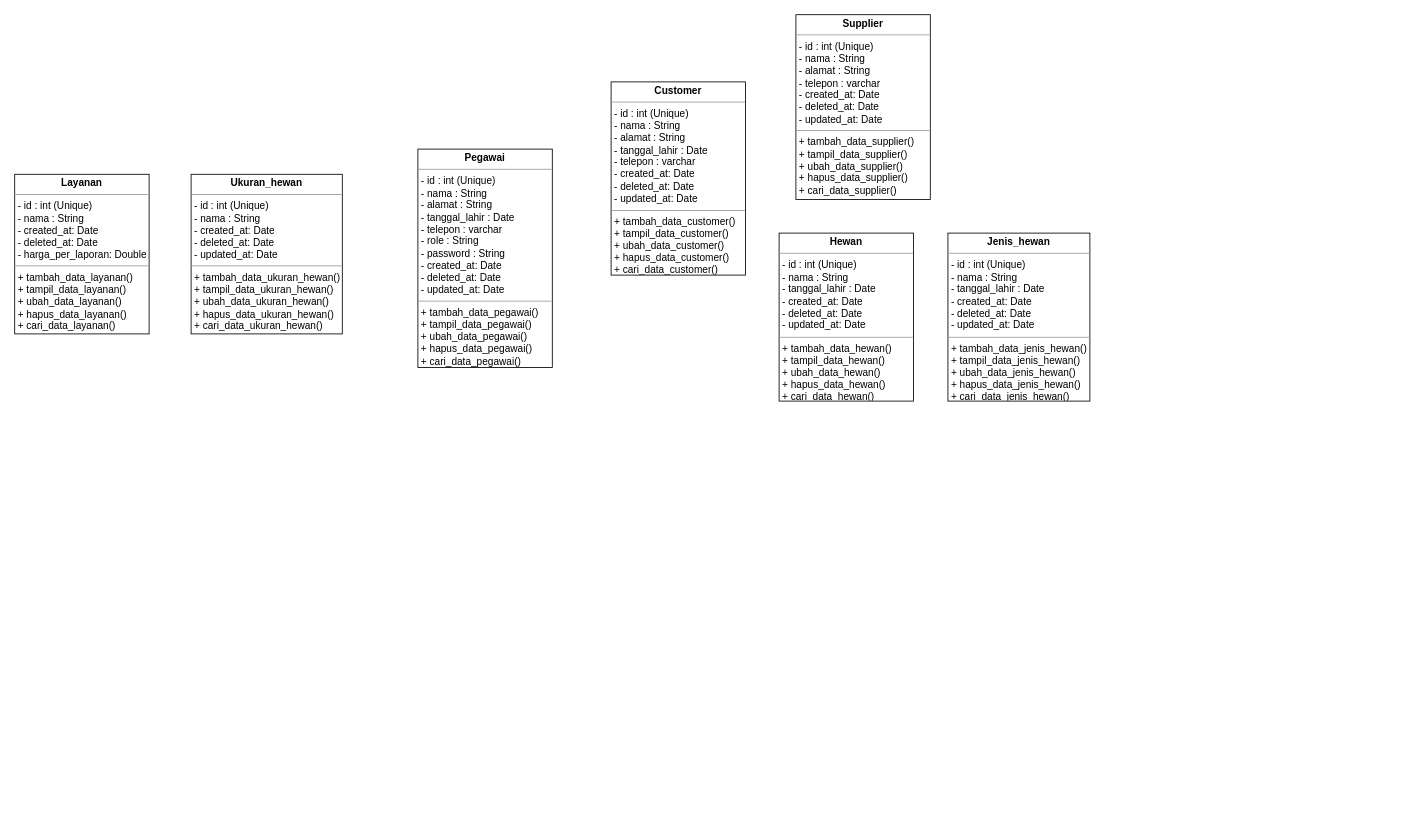
agambewe/newCP3L keeps this draw.io diagram as Untitled Diagram.drawio. Above is the earlier version. Source tidied: cells renumbered, new cells numbered last; positions are measured from the earlier drawing's top-left corner, leaving out a move shared by most shapes. Both pictures are drawn from the tidied source at 84%, with x=0, y=0 at pixel (14, 14).
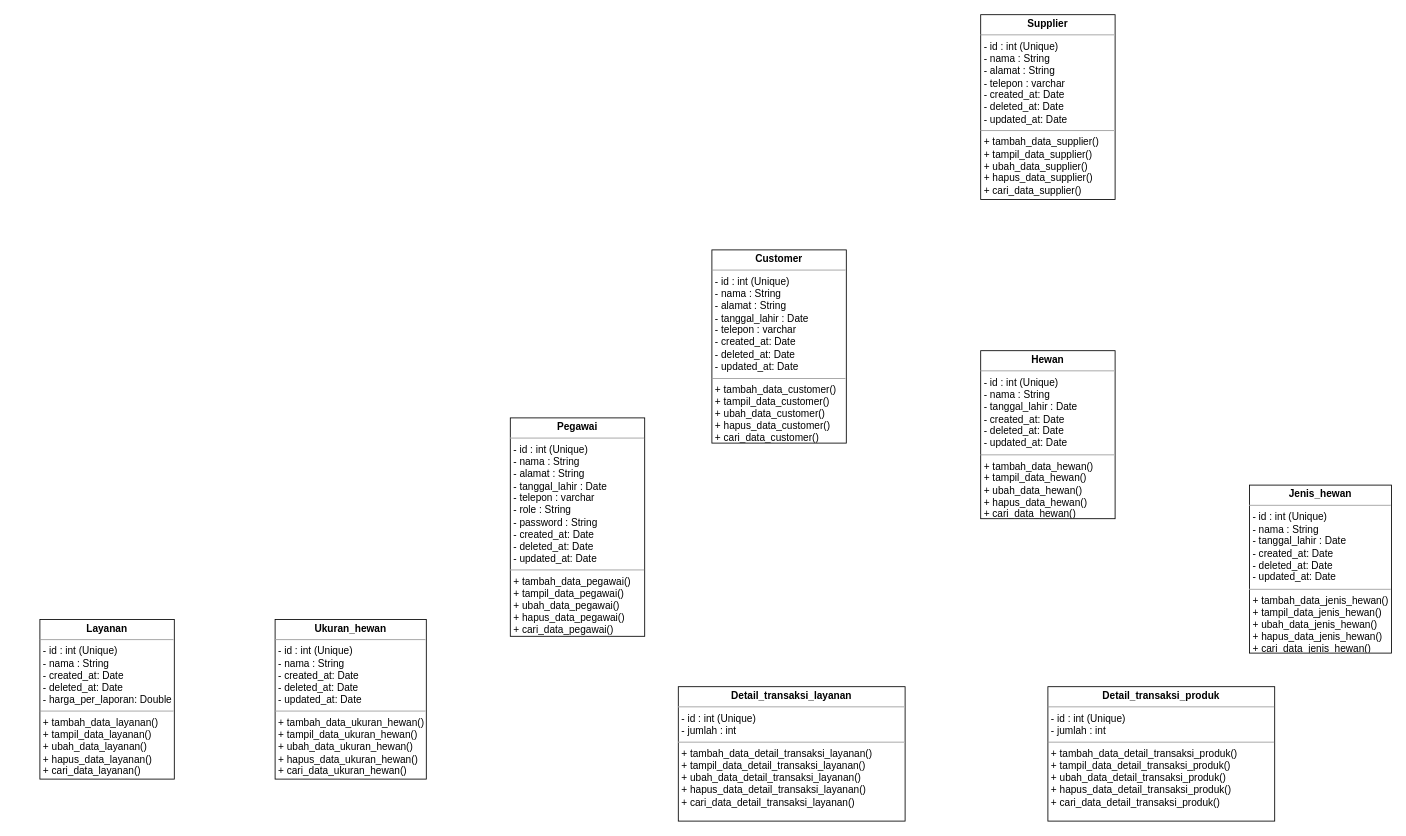
Above is the later version.

What changed in the source:
```diff
@@
 <mxGraphModel>
   <root>
     <mxCell id="0" />
     <mxCell id="1" parent="0" />
     <mxCell id="2" value="&lt;p style=&quot;margin: 0px ; margin-top: 4px ; text-align: center&quot;&gt;&lt;b&gt;Layanan&lt;/b&gt;&lt;br&gt;&lt;/p&gt;&lt;hr size=&quot;1&quot;&gt;&lt;p style=&quot;margin: 0px ; margin-left: 4px&quot;&gt;&lt;span&gt;- id : int (Unique)&lt;/span&gt;&lt;/p&gt;&lt;p style=&quot;margin: 0px ; margin-left: 4px&quot;&gt;- nama : String&lt;span&gt;&lt;br&gt;&lt;/span&gt;&lt;/p&gt;&lt;p style=&quot;margin: 0px ; margin-left: 4px&quot;&gt;- created_at: Date&lt;br&gt;&lt;/p&gt;&lt;p style=&quot;margin: 0px ; margin-left: 4px&quot;&gt;- deleted_at: Date&lt;br&gt;&lt;/p&gt;&lt;p style=&quot;margin: 0px ; margin-left: 4px&quot;&gt;- harga_per_laporan: Double&lt;br&gt;&lt;/p&gt;&lt;hr size=&quot;1&quot;&gt;&lt;p style=&quot;margin: 0px ; margin-left: 4px&quot;&gt;+ tambah_data_layanan()&lt;br style=&quot;padding: 0px ; margin: 0px&quot;&gt;+ tampil_data_layanan()&lt;br style=&quot;padding: 0px ; margin: 0px&quot;&gt;+ ubah_data_layanan()&lt;br style=&quot;padding: 0px ; margin: 0px&quot;&gt;+ hapus_data_layanan()&lt;br style=&quot;padding: 0px ; margin: 0px&quot;&gt;+ cari_data_layanan()&lt;br&gt;&lt;/p&gt;" style="verticalAlign=top;align=left;overflow=fill;fontSize=12;fontFamily=Helvetica;html=1;" parent="1" vertex="1">
-      <mxGeometry y="190" width="160" height="190" as="geometry" />
+      <mxGeometry x="30" y="720" width="160" height="190" as="geometry" />
     </mxCell>
     <mxCell id="3" value="&lt;p style=&quot;margin: 0px ; margin-top: 4px ; text-align: center&quot;&gt;&lt;b&gt;Ukuran_hewan&lt;/b&gt;&lt;/p&gt;&lt;hr size=&quot;1&quot;&gt;&lt;p style=&quot;margin: 0px ; margin-left: 4px&quot;&gt;- id : int (Unique)&amp;nbsp;&lt;br&gt;&lt;/p&gt;&lt;p style=&quot;margin: 0px ; margin-left: 4px&quot;&gt;- nama : String&lt;span&gt;&lt;br&gt;&lt;/span&gt;&lt;/p&gt;&lt;p style=&quot;margin: 0px ; margin-left: 4px&quot;&gt;- created_at: Date&lt;br&gt;&lt;/p&gt;&lt;p style=&quot;margin: 0px ; margin-left: 4px&quot;&gt;- deleted_at: Date&lt;br&gt;&lt;/p&gt;&lt;p style=&quot;margin: 0px ; margin-left: 4px&quot;&gt;- updated_at: Date&lt;/p&gt;&lt;hr size=&quot;1&quot;&gt;&lt;p style=&quot;margin: 0px ; margin-left: 4px&quot;&gt;+ tambah_data_ukuran_hewan()&lt;br style=&quot;padding: 0px ; margin: 0px&quot;&gt;+ tampil_data_ukuran_hewan()&lt;br style=&quot;padding: 0px ; margin: 0px&quot;&gt;+ ubah_data_ukuran_hewan()&lt;br style=&quot;padding: 0px ; margin: 0px&quot;&gt;+ hapus_data_ukuran_hewan()&lt;br style=&quot;padding: 0px ; margin: 0px&quot;&gt;+ cari_data_ukuran_hewan()&lt;br&gt;&lt;/p&gt;" style="verticalAlign=top;align=left;overflow=fill;fontSize=12;fontFamily=Helvetica;html=1;" parent="1" vertex="1">
-      <mxGeometry x="210" y="190" width="180" height="190" as="geometry" />
+      <mxGeometry x="310" y="720" width="180" height="190" as="geometry" />
     </mxCell>
     <mxCell id="4" value="&lt;p style=&quot;margin: 0px ; margin-top: 4px ; text-align: center&quot;&gt;&lt;b&gt;Pegawai&lt;/b&gt;&lt;/p&gt;&lt;hr size=&quot;1&quot;&gt;&lt;p style=&quot;margin: 0px ; margin-left: 4px&quot;&gt;- id : int (Unique)&lt;/p&gt;&lt;p style=&quot;margin: 0px ; margin-left: 4px&quot;&gt;- nama : String&lt;/p&gt;&lt;p style=&quot;margin: 0px ; margin-left: 4px&quot;&gt;&lt;span&gt;- alamat : String&lt;/span&gt;&lt;/p&gt;&lt;p style=&quot;margin: 0px ; margin-left: 4px&quot;&gt;&lt;span&gt;- tanggal_lahir : Date&lt;/span&gt;&lt;/p&gt;&lt;p style=&quot;margin: 0px ; margin-left: 4px&quot;&gt;&lt;span&gt;- telepon : varchar&lt;/span&gt;&lt;/p&gt;&lt;p style=&quot;margin: 0px ; margin-left: 4px&quot;&gt;&lt;span&gt;- role : String&lt;/span&gt;&lt;/p&gt;&lt;p style=&quot;margin: 0px ; margin-left: 4px&quot;&gt;&lt;span&gt;- password : String&lt;/span&gt;&lt;/p&gt;&lt;p style=&quot;margin: 0px ; margin-left: 4px&quot;&gt;&lt;span&gt;- created_at: Date&lt;/span&gt;&lt;/p&gt;&lt;p style=&quot;margin: 0px 0px 0px 4px&quot;&gt;- deleted_at: Date&lt;br&gt;&lt;/p&gt;&lt;p style=&quot;margin: 0px 0px 0px 4px&quot;&gt;- updated_at: Date&lt;/p&gt;&lt;hr size=&quot;1&quot;&gt;&lt;p style=&quot;margin: 0px ; margin-left: 4px&quot;&gt;+ tambah_data_pegawai()&lt;br style=&quot;padding: 0px ; margin: 0px&quot;&gt;+ tampil_data_pegawai()&lt;br style=&quot;padding: 0px ; margin: 0px&quot;&gt;+ ubah_data_pegawai()&lt;br style=&quot;padding: 0px ; margin: 0px&quot;&gt;+ hapus_data_pegawai()&lt;br style=&quot;padding: 0px ; margin: 0px&quot;&gt;+ cari_data_pegawai()&lt;br&gt;&lt;/p&gt;" style="verticalAlign=top;align=left;overflow=fill;fontSize=12;fontFamily=Helvetica;html=1;" parent="1" vertex="1">
-      <mxGeometry x="480" y="160" width="160" height="260" as="geometry" />
+      <mxGeometry x="590" y="480" width="160" height="260" as="geometry" />
     </mxCell>
     <mxCell id="5" value="&lt;p style=&quot;margin: 0px ; margin-top: 4px ; text-align: center&quot;&gt;&lt;b&gt;Customer&lt;/b&gt;&lt;/p&gt;&lt;hr size=&quot;1&quot;&gt;&lt;p style=&quot;margin: 0px 0px 0px 4px&quot;&gt;- id : int (Unique)&lt;/p&gt;&lt;p style=&quot;margin: 0px 0px 0px 4px&quot;&gt;- nama : String&lt;/p&gt;&lt;p style=&quot;margin: 0px 0px 0px 4px&quot;&gt;- alamat : String&lt;/p&gt;&lt;p style=&quot;margin: 0px 0px 0px 4px&quot;&gt;- tanggal_lahir : Date&lt;/p&gt;&lt;p style=&quot;margin: 0px 0px 0px 4px&quot;&gt;- telepon : varchar&lt;/p&gt;&lt;p style=&quot;margin: 0px 0px 0px 4px&quot;&gt;- created_at: Date&lt;/p&gt;&lt;p style=&quot;margin: 0px 0px 0px 4px&quot;&gt;- deleted_at: Date&lt;br&gt;&lt;/p&gt;&lt;p style=&quot;margin: 0px 0px 0px 4px&quot;&gt;- updated_at: Date&lt;/p&gt;&lt;hr size=&quot;1&quot;&gt;&lt;p style=&quot;margin: 0px ; margin-left: 4px&quot;&gt;+ tambah_data_customer()&lt;br style=&quot;padding: 0px ; margin: 0px&quot;&gt;+ tampil_data_customer()&lt;br style=&quot;padding: 0px ; margin: 0px&quot;&gt;+ ubah_data_customer()&lt;br style=&quot;padding: 0px ; margin: 0px&quot;&gt;+ hapus_data_customer()&lt;br style=&quot;padding: 0px ; margin: 0px&quot;&gt;+ cari_data_customer()&lt;br&gt;&lt;/p&gt;" style="verticalAlign=top;align=left;overflow=fill;fontSize=12;fontFamily=Helvetica;html=1;" parent="1" vertex="1">
-      <mxGeometry x="710" y="80" width="160" height="230" as="geometry" />
+      <mxGeometry x="830" y="280" width="160" height="230" as="geometry" />
     </mxCell>
     <mxCell id="6" value="&lt;p style=&quot;margin: 0px ; margin-top: 4px ; text-align: center&quot;&gt;&lt;b&gt;Hewan&lt;/b&gt;&lt;/p&gt;&lt;hr size=&quot;1&quot;&gt;&lt;p style=&quot;margin: 0px 0px 0px 4px&quot;&gt;- id : int (Unique)&lt;/p&gt;&lt;p style=&quot;margin: 0px 0px 0px 4px&quot;&gt;- nama : String&lt;/p&gt;&lt;p style=&quot;margin: 0px 0px 0px 4px&quot;&gt;- tanggal_lahir : Date&lt;/p&gt;&lt;p style=&quot;margin: 0px 0px 0px 4px&quot;&gt;- created_at: Date&lt;/p&gt;&lt;p style=&quot;margin: 0px 0px 0px 4px&quot;&gt;- deleted_at: Date&lt;br&gt;&lt;/p&gt;&lt;p style=&quot;margin: 0px 0px 0px 4px&quot;&gt;- updated_at: Date&lt;/p&gt;&lt;hr size=&quot;1&quot;&gt;&lt;p style=&quot;margin: 0px ; margin-left: 4px&quot;&gt;+ tambah_data_hewan()&lt;br style=&quot;padding: 0px ; margin: 0px&quot;&gt;+ tampil_data_hewan()&lt;br style=&quot;padding: 0px ; margin: 0px&quot;&gt;+ ubah_data_hewan()&lt;br style=&quot;padding: 0px ; margin: 0px&quot;&gt;+ hapus_data_hewan()&lt;br style=&quot;padding: 0px ; margin: 0px&quot;&gt;+ cari_data_hewan()&lt;br&gt;&lt;/p&gt;" style="verticalAlign=top;align=left;overflow=fill;fontSize=12;fontFamily=Helvetica;html=1;" parent="1" vertex="1">
-      <mxGeometry x="910" y="260" width="160" height="200" as="geometry" />
+      <mxGeometry x="1150" y="400" width="160" height="200" as="geometry" />
     </mxCell>
     <mxCell id="7" value="&lt;p style=&quot;margin: 0px ; margin-top: 4px ; text-align: center&quot;&gt;&lt;b&gt;Jenis_hewan&lt;/b&gt;&lt;/p&gt;&lt;hr size=&quot;1&quot;&gt;&lt;p style=&quot;margin: 0px 0px 0px 4px&quot;&gt;- id : int (Unique)&lt;/p&gt;&lt;p style=&quot;margin: 0px 0px 0px 4px&quot;&gt;- nama : String&lt;/p&gt;&lt;p style=&quot;margin: 0px 0px 0px 4px&quot;&gt;- tanggal_lahir : Date&lt;/p&gt;&lt;p style=&quot;margin: 0px 0px 0px 4px&quot;&gt;- created_at: Date&lt;/p&gt;&lt;p style=&quot;margin: 0px 0px 0px 4px&quot;&gt;- deleted_at: Date&lt;br&gt;&lt;/p&gt;&lt;p style=&quot;margin: 0px 0px 0px 4px&quot;&gt;- updated_at: Date&lt;/p&gt;&lt;hr size=&quot;1&quot;&gt;&lt;p style=&quot;margin: 0px ; margin-left: 4px&quot;&gt;+ tambah_data_jenis_hewan()&lt;br style=&quot;padding: 0px ; margin: 0px&quot;&gt;+ tampil_data_jenis_hewan()&lt;br style=&quot;padding: 0px ; margin: 0px&quot;&gt;+ ubah_data_jenis_hewan()&lt;br style=&quot;padding: 0px ; margin: 0px&quot;&gt;+ hapus_data_jenis_hewan()&lt;br style=&quot;padding: 0px ; margin: 0px&quot;&gt;+ cari_data_jenis_hewan()&lt;br&gt;&lt;/p&gt;" style="verticalAlign=top;align=left;overflow=fill;fontSize=12;fontFamily=Helvetica;html=1;" parent="1" vertex="1">
-      <mxGeometry x="1111" y="260" width="169" height="200" as="geometry" />
+      <mxGeometry x="1470" y="560" width="169" height="200" as="geometry" />
     </mxCell>
     <mxCell id="8" value="&lt;p style=&quot;margin: 0px ; margin-top: 4px ; text-align: center&quot;&gt;&lt;b&gt;Supplier&lt;/b&gt;&lt;/p&gt;&lt;hr size=&quot;1&quot;&gt;&lt;p style=&quot;margin: 0px 0px 0px 4px&quot;&gt;- id : int (Unique)&lt;/p&gt;&lt;p style=&quot;margin: 0px 0px 0px 4px&quot;&gt;- nama : String&lt;/p&gt;&lt;p style=&quot;margin: 0px 0px 0px 4px&quot;&gt;- alamat : String&lt;/p&gt;&lt;p style=&quot;margin: 0px 0px 0px 4px&quot;&gt;- telepon : varchar&lt;/p&gt;&lt;p style=&quot;margin: 0px 0px 0px 4px&quot;&gt;- created_at: Date&lt;/p&gt;&lt;p style=&quot;margin: 0px 0px 0px 4px&quot;&gt;- deleted_at: Date&lt;br&gt;&lt;/p&gt;&lt;p style=&quot;margin: 0px 0px 0px 4px&quot;&gt;- updated_at: Date&lt;/p&gt;&lt;hr size=&quot;1&quot;&gt;&lt;p style=&quot;margin: 0px ; margin-left: 4px&quot;&gt;+ tambah_data_supplier()&lt;br style=&quot;padding: 0px ; margin: 0px&quot;&gt;+ tampil_data_supplier()&lt;br style=&quot;padding: 0px ; margin: 0px&quot;&gt;+ ubah_data_supplier()&lt;br style=&quot;padding: 0px ; margin: 0px&quot;&gt;+ hapus_data_supplier()&lt;br style=&quot;padding: 0px ; margin: 0px&quot;&gt;+ cari_data_supplier()&lt;br&gt;&lt;/p&gt;" style="verticalAlign=top;align=left;overflow=fill;fontSize=12;fontFamily=Helvetica;html=1;" parent="1" vertex="1">
-      <mxGeometry x="930" width="160" height="220" as="geometry" />
+      <mxGeometry x="1150" width="160" height="220" as="geometry" />
     </mxCell>
+    <mxCell id="9" value="&lt;p style=&quot;margin: 0px ; margin-top: 4px ; text-align: center&quot;&gt;&lt;b&gt;Detail_transaksi_layanan&lt;/b&gt;&lt;/p&gt;&lt;hr size=&quot;1&quot;&gt;&lt;p style=&quot;margin: 0px ; margin-left: 4px&quot;&gt;- id : int (Unique)&lt;/p&gt;&lt;p style=&quot;margin: 0px ; margin-left: 4px&quot;&gt;- jumlah : int&lt;/p&gt;&lt;hr size=&quot;1&quot;&gt;&lt;p style=&quot;margin: 0px ; margin-left: 4px&quot;&gt;+ tambah_data_detail_transaksi_layanan()&lt;br style=&quot;padding: 0px ; margin: 0px&quot;&gt;+ tampil_data_detail_transaksi_layanan()&lt;br style=&quot;padding: 0px ; margin: 0px&quot;&gt;+ ubah_data_detail_transaksi_layanan()&lt;br style=&quot;padding: 0px ; margin: 0px&quot;&gt;+ hapus_data_detail_transaksi_layanan()&lt;br style=&quot;padding: 0px ; margin: 0px&quot;&gt;&lt;/p&gt;&lt;p style=&quot;margin: 0px ; margin-left: 4px&quot;&gt;+ cari_data_detail_transaksi_layanan()&lt;/p&gt;" style="verticalAlign=top;align=left;overflow=fill;fontSize=12;fontFamily=Helvetica;html=1;" parent="1" vertex="1">
+      <mxGeometry x="790" y="800" width="270" height="160" as="geometry" />
+    </mxCell>
+    <mxCell id="10" value="&lt;p style=&quot;margin: 0px ; margin-top: 4px ; text-align: center&quot;&gt;&lt;b&gt;Detail_transaksi_produk&lt;/b&gt;&lt;/p&gt;&lt;hr size=&quot;1&quot;&gt;&lt;p style=&quot;margin: 0px ; margin-left: 4px&quot;&gt;- id : int (Unique)&lt;/p&gt;&lt;p style=&quot;margin: 0px ; margin-left: 4px&quot;&gt;- jumlah : int&lt;/p&gt;&lt;hr size=&quot;1&quot;&gt;&lt;p style=&quot;margin: 0px ; margin-left: 4px&quot;&gt;+ tambah_data_detail_transaksi_produk()&lt;br style=&quot;padding: 0px ; margin: 0px&quot;&gt;+ tampil_data_detail_transaksi_produk()&lt;br style=&quot;padding: 0px ; margin: 0px&quot;&gt;+ ubah_data_detail_transaksi_produk()&lt;br style=&quot;padding: 0px ; margin: 0px&quot;&gt;+ hapus_data_detail_transaksi_produk()&lt;br style=&quot;padding: 0px ; margin: 0px&quot;&gt;&lt;/p&gt;&lt;p style=&quot;margin: 0px ; margin-left: 4px&quot;&gt;+ cari_data_detail_transaksi_produk()&lt;/p&gt;" style="verticalAlign=top;align=left;overflow=fill;fontSize=12;fontFamily=Helvetica;html=1;" parent="1" vertex="1">
+      <mxGeometry x="1230" y="800" width="270" height="160" as="geometry" />
+    </mxCell>
   </root>
 </mxGraphModel>
```
